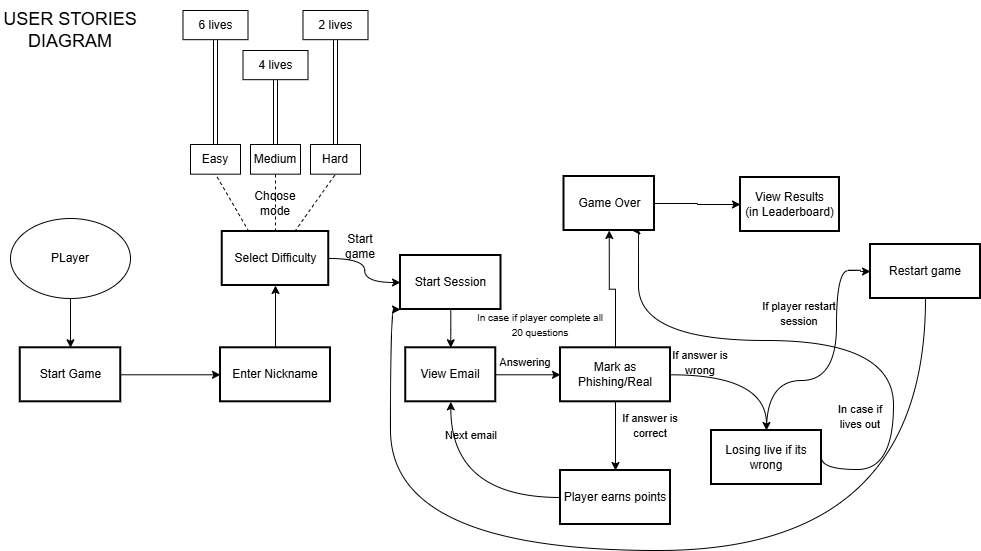
PGurulev/CO2410 keeps this draw.io diagram as diagrams/UserStoriesDiagram.drawio.png. Above is the earlier version. Source tidied: cells renumbered, new cells last; positions are measured from the earlier drawing's top-left corner, leaving out a move shared by most shapes.
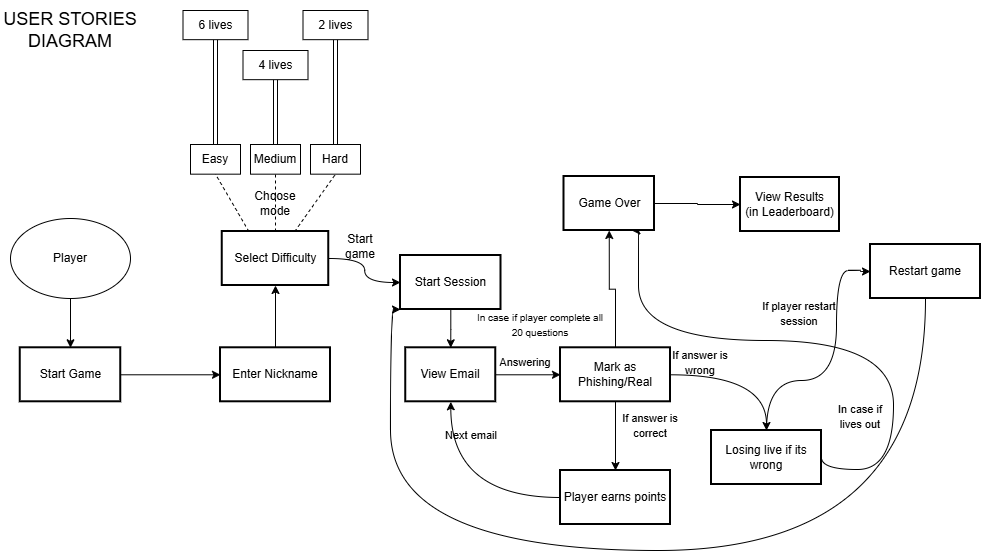
The same file after the commit.

Commit message:
UserStoriesDiagram had some spelling mistakes (instead of "Player" I wrote "PLayer" before). I fixed that

What changed in the source:
```diff
@@ -2,7 +2,7 @@
   <root>
     <mxCell id="0" />
     <mxCell id="1" parent="0" />
-    <mxCell id="2" value="PLayer" style="ellipse;whiteSpace=wrap;html=1;" parent="1" vertex="1">
+    <mxCell id="2" value="Player" style="ellipse;whiteSpace=wrap;html=1;" parent="1" vertex="1">
       <mxGeometry x="10" y="218" width="120" height="80" as="geometry" />
     </mxCell>
     <mxCell id="3" style="endArrow=classic;html=1;rounded=0;exitX=0.5;exitY=1;exitDx=0;exitDy=0;entryX=0.5;entryY=0;entryDx=0;entryDy=0;" parent="1" edge="1" source="2" target="4">
```
